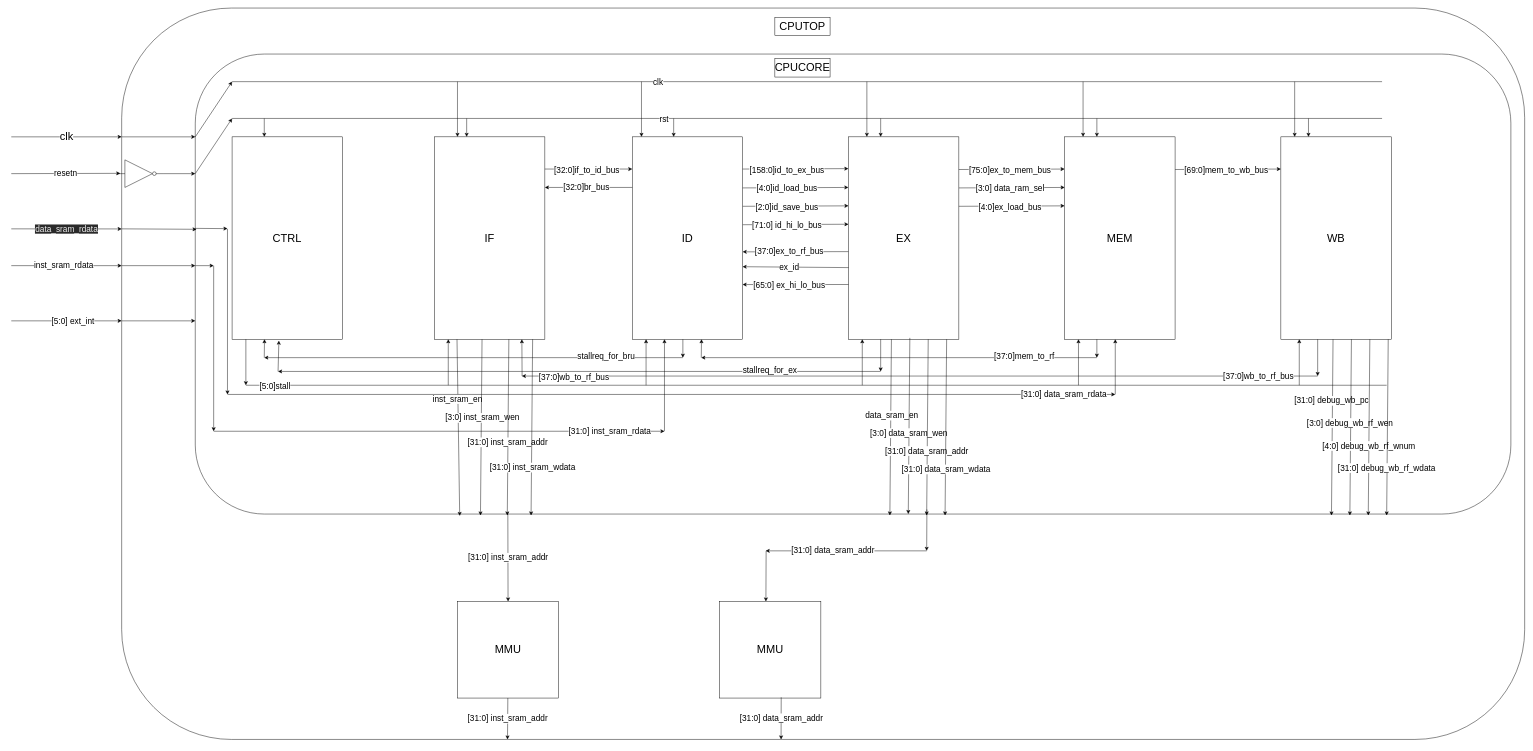
This is graph/cpucore.drawio from quantumxiaol/-Computer-System-Practice, a draw.io file, before an edit. Source tidied: cells renumbered, new cells numbered last; positions are measured from the earlier drawing's top-left corner, leaving out a move shared by most shapes. Both pictures are drawn from the tidied source at 46%, with x=0, y=0 at pixel (11, 8).
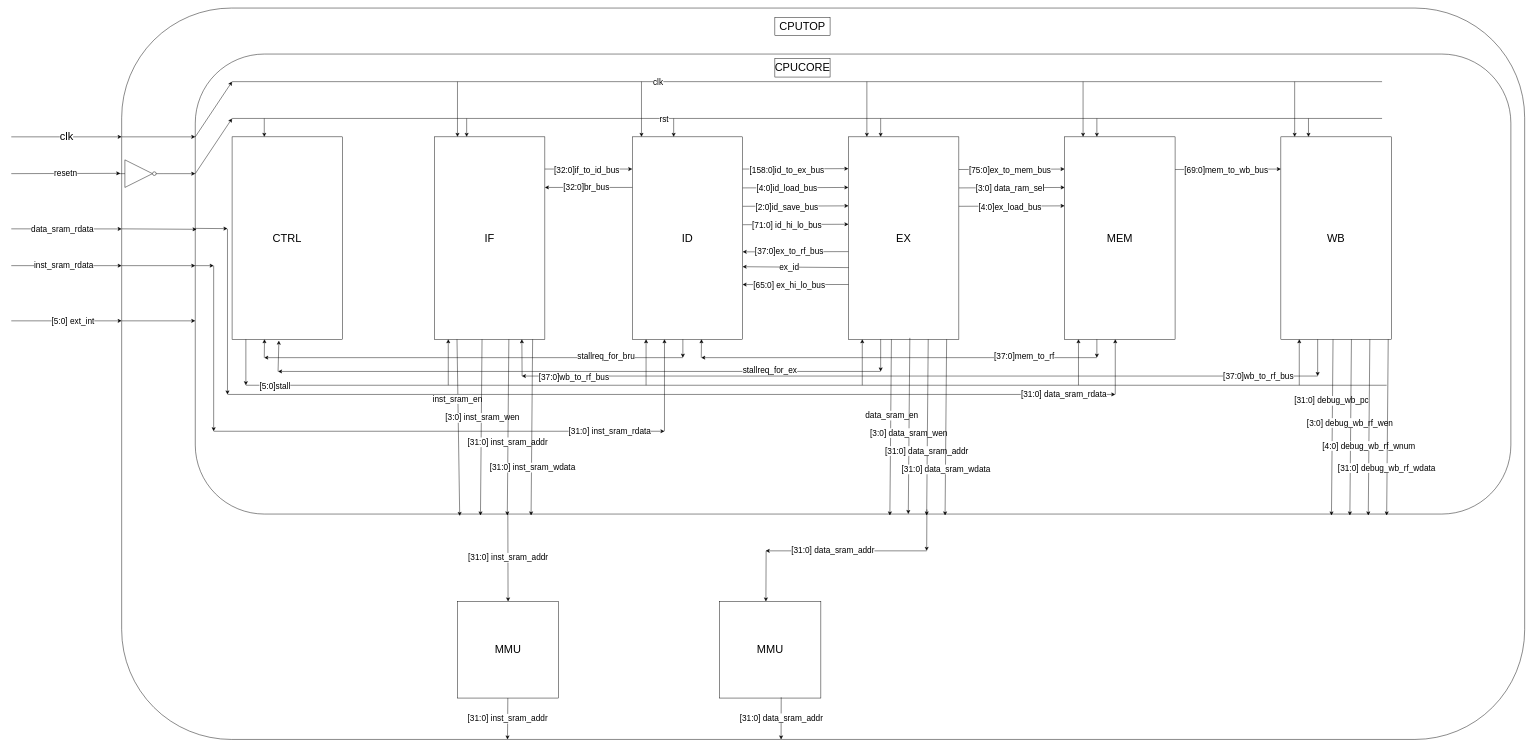
After the change.

Unchanged cells that the change refers to:
```xml
<mxCell id="18" style="endArrow=classic;html=1;fontSize=18;entryX=0;entryY=0.302;entryDx=0;entryDy=0;entryPerimeter=0;" parent="1" edge="1" target="2">
  <mxGeometry relative="1" as="geometry">
    <mxPoint y="480" as="sourcePoint" />
  </mxGeometry>
</mxCell>
```

Change to the diagram source:
```diff
@@
-    <mxCell id="19" value="&lt;span style=&quot;color: rgb(240 , 240 , 240) ; font-family: &amp;#34;helvetica&amp;#34; ; font-size: 18px ; font-style: normal ; font-weight: 400 ; letter-spacing: normal ; text-align: center ; text-indent: 0px ; text-transform: none ; word-spacing: 0px ; background-color: rgb(42 , 42 , 42) ; display: inline ; float: none&quot;&gt;data_sram_rdata&lt;/span&gt;" style="edgeLabel;html=1;align=center;verticalAlign=middle;fontSize=18;" parent="18" vertex="1">
-      <mxGeometry relative="1" as="geometry" />
+    <mxCell id="19" value="data_sram_rdata" style="edgeLabel;html=1;align=center;verticalAlign=middle;fontSize=18;" parent="18" vertex="1">
+      <mxGeometry x="-0.27" y="4" relative="1" as="geometry">
+        <mxPoint x="22" y="4" as="offset" />
+      </mxGeometry>
     </mxCell>
```
